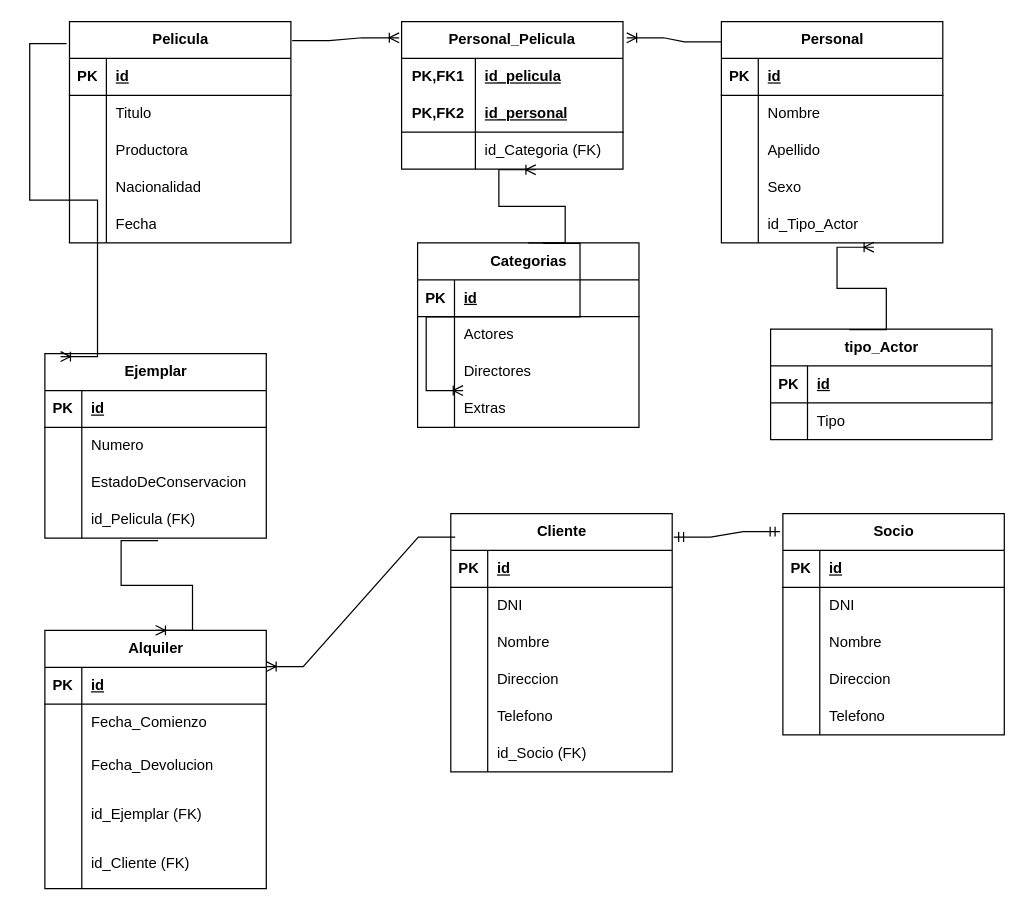
MateoBorrero8/Yo. keeps this draw.io diagram as TP2-BasesDeDatos.drawio. Above is the earlier version. Source tidied: cells renumbered, new cells numbered last; positions are measured from the earlier drawing's top-left corner, leaving out a move shared by most shapes. Both pictures are drawn from the tidied source at 123%, with x=0, y=0 at pixel (44, 21).
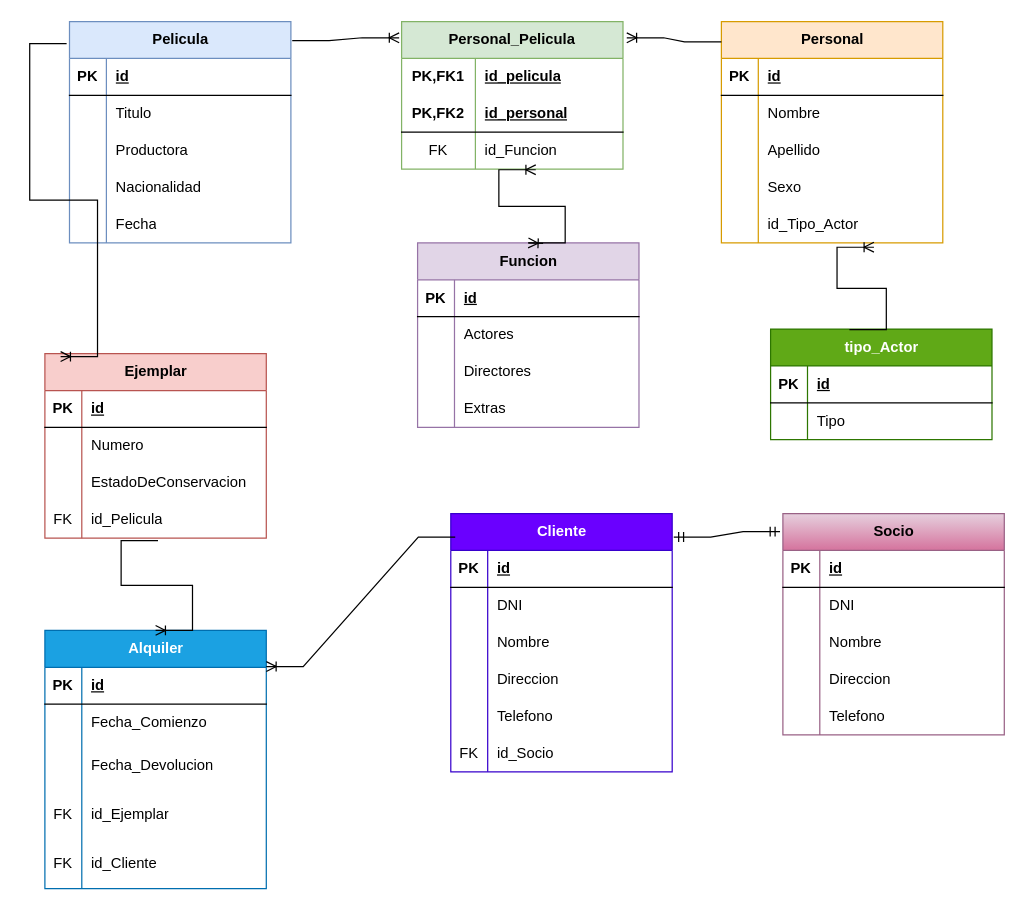
Above is the later version.

The change refers to these unchanged cells:
```xml
<mxCell id="28" style="shape=tableRow;horizontal=0;startSize=0;swimlaneHead=0;swimlaneBody=0;fillColor=none;points=[[0,0.5],[1,0.5]];portConstraint=eastwest;top=0;left=0;right=0;bottom=0;" parent="18" vertex="1">
  <mxGeometry y="120" width="180" height="30" as="geometry" />
</mxCell>
<mxCell id="83" style="shape=tableRow;horizontal=0;startSize=0;swimlaneHead=0;swimlaneBody=0;fillColor=none;top=0;left=0;right=0;bottom=0;" parent="67" vertex="1">
  <mxGeometry y="180" width="180" height="30" as="geometry" />
</mxCell>
<mxCell id="96" style="shape=tableRow;horizontal=0;startSize=0;swimlaneHead=0;swimlaneBody=0;fillColor=none;top=0;left=0;right=0;bottom=0;" parent="86" vertex="1">
  <mxGeometry y="130" width="180" height="40" as="geometry" />
</mxCell>
<mxCell id="99" style="shape=tableRow;horizontal=0;startSize=0;swimlaneHead=0;swimlaneBody=0;fillColor=none;top=0;left=0;right=0;bottom=0;" parent="86" vertex="1">
  <mxGeometry y="170" width="180" height="40" as="geometry" />
</mxCell>
<mxCell id="112" style="shape=tableRow;horizontal=0;startSize=0;swimlaneHead=0;swimlaneBody=0;fillColor=none;points=[[0,0.5],[1,0.5]];portConstraint=eastwest;top=0;left=0;right=0;bottom=0;html=1;" parent="105" vertex="1">
  <mxGeometry y="90" width="180" height="30" as="geometry" />
</mxCell>
```

The edit, as a diff of the source:
```diff
@@
-    <mxCell id="2" value="Pelicula" style="shape=table;startSize=30;childLayout=tableLayout;rowLines=0;fontStyle=1;align=center;html=1;" parent="1" vertex="1">
+    <mxCell id="2" value="Pelicula" style="shape=table;startSize=30;childLayout=tableLayout;rowLines=0;fontStyle=1;align=center;html=1;fillColor=#dae8fc;strokeColor=#6c8ebf;" parent="1" vertex="1">
       <mxGeometry x="20" width="180" height="180" as="geometry" />
     </mxCell>
@@
-    <mxCell id="18" value="Ejemplar" style="shape=table;startSize=30;childLayout=tableLayout;rowLines=0;fontStyle=1;align=center;html=1;" parent="1" vertex="1">
+    <mxCell id="18" value="Ejemplar" style="shape=table;startSize=30;childLayout=tableLayout;rowLines=0;fontStyle=1;align=center;html=1;fillColor=#f8cecc;strokeColor=#b85450;" parent="1" vertex="1">
       <mxGeometry y="270" width="180" height="150" as="geometry" />
     </mxCell>
@@
-    <mxCell id="29" style="shape=partialRectangle;fillColor=none;top=0;left=0;bottom=0;right=0;overflow=hidden;whiteSpace=wrap;html=1;" parent="28" vertex="1">
+    <mxCell id="29" value="FK" style="shape=partialRectangle;fillColor=none;top=0;left=0;bottom=0;right=0;overflow=hidden;whiteSpace=wrap;html=1;" parent="28" vertex="1">
       <mxGeometry width="30" height="30" as="geometry" />
     </mxCell>
-    <mxCell id="30" value="id_Pelicula (FK)" style="shape=partialRectangle;fillColor=none;top=0;left=0;bottom=0;right=0;align=left;spacingLeft=6;overflow=hidden;whiteSpace=wrap;html=1;" parent="28" vertex="1">
+    <mxCell id="30" value="id_Pelicula" style="shape=partialRectangle;fillColor=none;top=0;left=0;bottom=0;right=0;align=left;spacingLeft=6;overflow=hidden;whiteSpace=wrap;html=1;" parent="28" vertex="1">
       <mxGeometry x="30" width="150" height="30" as="geometry" />
     </mxCell>
-    <mxCell id="31" value="Categorias" style="shape=table;startSize=30;childLayout=tableLayout;rowLines=0;fontStyle=1;align=center;html=1;" parent="1" vertex="1">
+    <mxCell id="31" value="Funcion" style="shape=table;startSize=30;childLayout=tableLayout;rowLines=0;fontStyle=1;align=center;html=1;fillColor=#e1d5e7;strokeColor=#9673a6;" parent="1" vertex="1">
       <mxGeometry x="303" y="180" width="180" height="150" as="geometry" />
     </mxCell>
@@
-    <mxCell id="44" value="tipo_Actor" style="shape=table;startSize=30;childLayout=tableLayout;rowLines=0;fontStyle=1;align=center;html=1;" parent="1" vertex="1">
+    <mxCell id="44" value="tipo_Actor" style="shape=table;startSize=30;childLayout=tableLayout;rowLines=0;fontStyle=1;align=center;html=1;fillColor=#60a917;fontColor=#ffffff;strokeColor=#2D7600;" parent="1" vertex="1">
       <mxGeometry x="590" y="250" width="180" height="90" as="geometry" />
     </mxCell>
@@
-    <mxCell id="51" value="Socio" style="shape=table;startSize=30;childLayout=tableLayout;rowLines=0;fontStyle=1;align=center;html=1;" parent="1" vertex="1">
+    <mxCell id="51" value="Socio" style="shape=table;startSize=30;childLayout=tableLayout;rowLines=0;fontStyle=1;align=center;html=1;fillColor=#e6d0de;strokeColor=#996185;gradientColor=#d5739d;" parent="1" vertex="1">
       <mxGeometry x="600" y="400" width="180" height="180" as="geometry" />
     </mxCell>
@@
-    <mxCell id="67" value="Cliente" style="shape=table;startSize=30;childLayout=tableLayout;rowLines=0;fontStyle=1;align=center;html=1;" parent="1" vertex="1">
+    <mxCell id="67" value="Cliente" style="shape=table;startSize=30;childLayout=tableLayout;rowLines=0;fontStyle=1;align=center;html=1;fillColor=#6a00ff;fontColor=#ffffff;strokeColor=#3700CC;" parent="1" vertex="1">
       <mxGeometry x="330" y="400" width="180" height="210" as="geometry" />
     </mxCell>
@@
-    <mxCell id="84" style="shape=partialRectangle;fillColor=none;top=0;left=0;bottom=0;right=0;overflow=hidden;whiteSpace=wrap;html=1;" parent="83" vertex="1">
+    <mxCell id="84" value="FK" style="shape=partialRectangle;fillColor=none;top=0;left=0;bottom=0;right=0;overflow=hidden;whiteSpace=wrap;html=1;" parent="83" vertex="1">
       <mxGeometry width="30" height="30" as="geometry" />
     </mxCell>
-    <mxCell id="85" value="id_Socio (FK)" style="shape=partialRectangle;fillColor=none;top=0;left=0;bottom=0;right=0;align=left;spacingLeft=6;overflow=hidden;whiteSpace=wrap;html=1;" parent="83" vertex="1">
+    <mxCell id="85" value="id_Socio" style="shape=partialRectangle;fillColor=none;top=0;left=0;bottom=0;right=0;align=left;spacingLeft=6;overflow=hidden;whiteSpace=wrap;html=1;" parent="83" vertex="1">
       <mxGeometry x="30" width="150" height="30" as="geometry" />
     </mxCell>
-    <mxCell id="86" value="Alquiler" style="shape=table;startSize=30;childLayout=tableLayout;rowLines=0;fontStyle=1;align=center;html=1;" parent="1" vertex="1">
+    <mxCell id="86" value="Alquiler" style="shape=table;startSize=30;childLayout=tableLayout;rowLines=0;fontStyle=1;align=center;html=1;fillColor=#1ba1e2;fontColor=#ffffff;strokeColor=#006EAF;" parent="1" vertex="1">
       <mxGeometry y="495" width="180" height="210" as="geometry" />
     </mxCell>
@@
-    <mxCell id="97" style="shape=partialRectangle;fillColor=none;top=0;left=0;bottom=0;right=0;overflow=hidden;whiteSpace=wrap;html=1;" parent="96" vertex="1">
+    <mxCell id="97" value="FK" style="shape=partialRectangle;fillColor=none;top=0;left=0;bottom=0;right=0;overflow=hidden;whiteSpace=wrap;html=1;" parent="96" vertex="1">
       <mxGeometry width="30" height="40" as="geometry" />
     </mxCell>
-    <mxCell id="98" value="id_Ejemplar (FK)" style="shape=partialRectangle;fillColor=none;top=0;left=0;bottom=0;right=0;align=left;spacingLeft=6;overflow=hidden;whiteSpace=wrap;html=1;" parent="96" vertex="1">
+    <mxCell id="98" value="id_Ejemplar" style="shape=partialRectangle;fillColor=none;top=0;left=0;bottom=0;right=0;align=left;spacingLeft=6;overflow=hidden;whiteSpace=wrap;html=1;" parent="96" vertex="1">
       <mxGeometry x="30" width="150" height="40" as="geometry" />
     </mxCell>
@@
-    <mxCell id="100" style="shape=partialRectangle;fillColor=none;top=0;left=0;bottom=0;right=0;overflow=hidden;whiteSpace=wrap;html=1;" parent="99" vertex="1">
+    <mxCell id="100" value="FK" style="shape=partialRectangle;fillColor=none;top=0;left=0;bottom=0;right=0;overflow=hidden;whiteSpace=wrap;html=1;" parent="99" vertex="1">
       <mxGeometry width="30" height="40" as="geometry" />
     </mxCell>
-    <mxCell id="101" value="id_Cliente (FK)" style="shape=partialRectangle;fillColor=none;top=0;left=0;bottom=0;right=0;align=left;spacingLeft=6;overflow=hidden;whiteSpace=wrap;html=1;" parent="99" vertex="1">
+    <mxCell id="101" value="id_Cliente&amp;nbsp;" style="shape=partialRectangle;fillColor=none;top=0;left=0;bottom=0;right=0;align=left;spacingLeft=6;overflow=hidden;whiteSpace=wrap;html=1;" parent="99" vertex="1">
       <mxGeometry x="30" width="150" height="40" as="geometry" />
     </mxCell>
@@
-    <mxCell id="105" value="Personal_Pelicula" style="shape=table;startSize=30;childLayout=tableLayout;rowLines=0;fontStyle=1;align=center;html=1;whiteSpace=wrap;" parent="1" vertex="1">
+    <mxCell id="105" value="Personal_Pelicula" style="shape=table;startSize=30;childLayout=tableLayout;rowLines=0;fontStyle=1;align=center;html=1;whiteSpace=wrap;fillColor=#d5e8d4;strokeColor=#82b366;" parent="1" vertex="1">
       <mxGeometry x="290" width="180" height="120" as="geometry" />
     </mxCell>
@@
-    <mxCell id="113" style="shape=partialRectangle;fillColor=none;top=0;left=0;bottom=0;right=0;overflow=hidden;html=1;whiteSpace=wrap;" parent="112" vertex="1">
+    <mxCell id="113" value="FK" style="shape=partialRectangle;fillColor=none;top=0;left=0;bottom=0;right=0;overflow=hidden;html=1;whiteSpace=wrap;" parent="112" vertex="1">
       <mxGeometry width="60" height="30" as="geometry" />
     </mxCell>
-    <mxCell id="114" value="id_Categoria (FK)" style="shape=partialRectangle;fillColor=none;top=0;left=0;bottom=0;right=0;align=left;spacingLeft=6;overflow=hidden;html=1;whiteSpace=wrap;" parent="112" vertex="1">
+    <mxCell id="114" value="id_Funcion" style="shape=partialRectangle;fillColor=none;top=0;left=0;bottom=0;right=0;align=left;spacingLeft=6;overflow=hidden;html=1;whiteSpace=wrap;" parent="112" vertex="1">
       <mxGeometry x="60" width="120" height="30" as="geometry" />
     </mxCell>
@@
-    <mxCell id="116" value="Personal" style="shape=table;startSize=30;childLayout=tableLayout;rowLines=0;fontStyle=1;align=center;html=1;" parent="1" vertex="1">
+    <mxCell id="116" value="Personal" style="shape=table;startSize=30;childLayout=tableLayout;rowLines=0;fontStyle=1;align=center;html=1;fillColor=#ffe6cc;strokeColor=#d79b00;" parent="1" vertex="1">
       <mxGeometry x="550" width="180" height="180" as="geometry" />
     </mxCell>
@@
-    <mxCell id="134" style="edgeStyle=entityRelationEdgeStyle;fontSize=12;html=1;endArrow=ERoneToMany;rounded=0;exitX=0.567;exitY=0.003;exitDx=0;exitDy=0;exitPerimeter=0;entryX=0.772;entryY=1.083;entryDx=0;entryDy=0;entryPerimeter=0;" parent="1" edge="1" source="31">
-      <mxGeometry relative="1" as="geometry">
-        <mxPoint x="340" y="300" as="targetPoint" />
-      </mxGeometry>
+    <mxCell id="134" style="edgeStyle=entityRelationEdgeStyle;fontSize=12;html=1;endArrow=ERoneToMany;rounded=0;exitX=0.567;exitY=0.003;exitDx=0;exitDy=0;exitPerimeter=0;entryX=0.5;entryY=0;entryDx=0;entryDy=0;" parent="1" edge="1" source="31" target="31">
+      <mxGeometry relative="1" as="geometry" />
     </mxCell>
```
